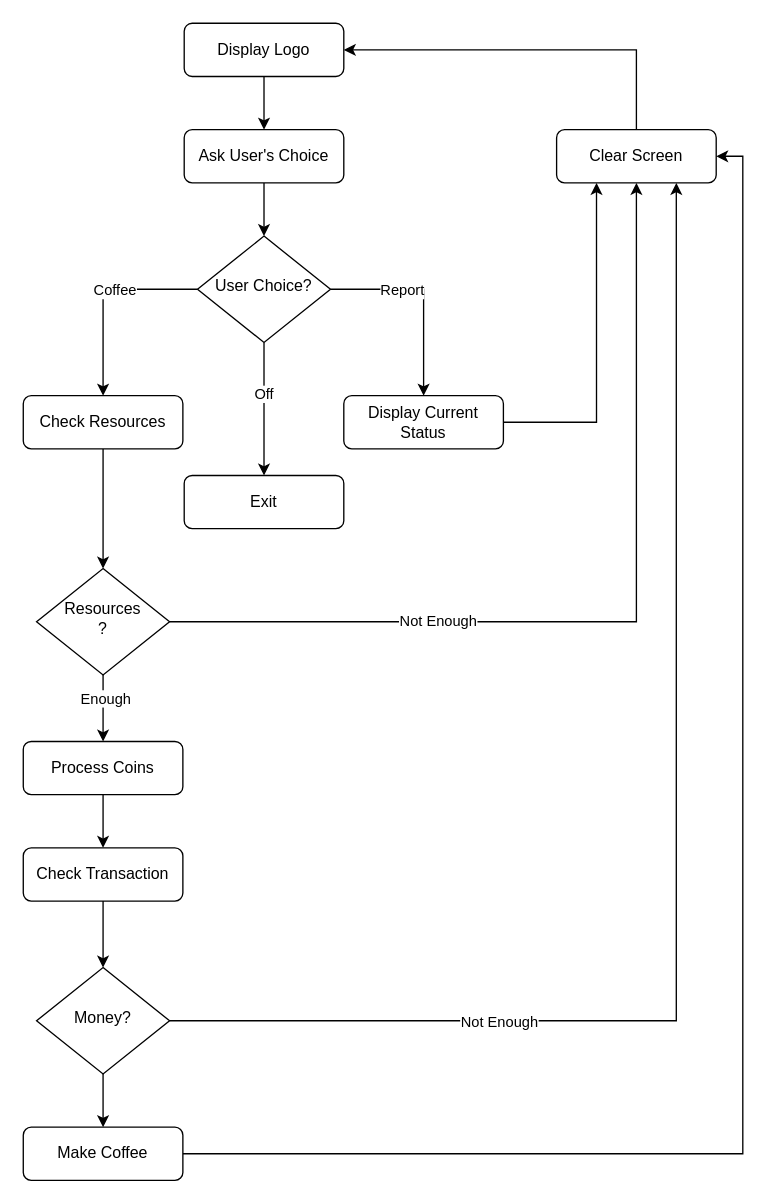
Before: day_15_coffee_machine/project_files/flowchart_coffee_machine.drawio in ErkanHatipoglu/100-days-of-code, a draw.io diagram. Source tidied: cells renumbered, new cells numbered last; positions are measured from the earlier drawing's top-left corner, leaving out a move shared by most shapes. Both pictures are drawn from the tidied source at 133%, with x=0, y=0 at pixel (23, 23).
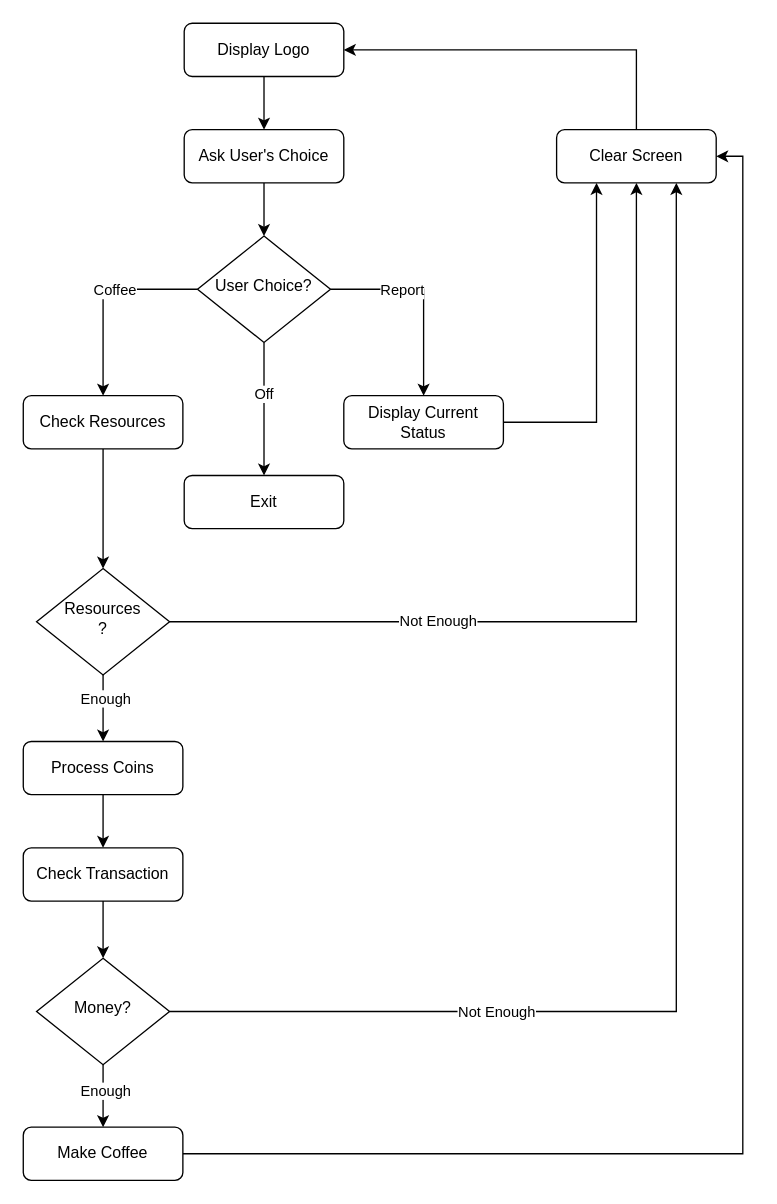
The same page after the edit.

Commit message:
Fix flowchart day_15

The change refers to these unchanged cells:
```xml
<mxCell id="29" style="edgeStyle=orthogonalEdgeStyle;rounded=0;jettySize=auto;html=1;exitX=0.5;exitY=1;exitDx=0;exitDy=0;entryX=0.5;entryY=0;entryDx=0;entryDy=0;" parent="1" edge="1" source="32" target="34">
  <mxGeometry relative="1" as="geometry" />
</mxCell>
```

The edit, as a diff of the source:
```diff
@@
+    <mxCell id="35" value="Enough" style="edgeLabel;html=1;align=center;verticalAlign=middle;" parent="29" vertex="1">
+      <mxGeometry x="-0.21" y="1" relative="1" as="geometry" />
+    </mxCell>
@@
     <mxCell id="32" value="Money?" style="rhombus;whiteSpace=wrap;html=1;shadow=0;fontFamily=Helvetica;fontSize=12;align=center;strokeWidth=1;spacing=6;spacingTop=-4;" parent="1" vertex="1">
-      <mxGeometry x="10" y="710" width="100" height="80" as="geometry" />
+      <mxGeometry x="10" y="703" width="100" height="80" as="geometry" />
     </mxCell>
```
